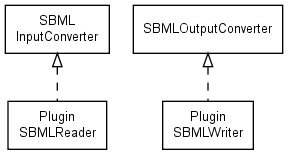
The Graphviz diagram doc/img/type_hierarchy.png in ChavaVennela/jsbml, before a commit. Its source is kept beside it as doc/img/type_hierarchy.dot.
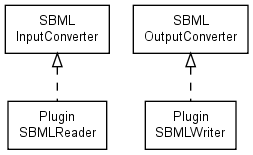
Above is the later version.

Change to the diagram source:
```diff
@@ -19,14 +19,15 @@
   /*
    * Interfaces
    */
-  SBMLInputConverter [label="SBML\nInputConverter"];
+  SBMLInputConverter  [label="SBML\nInputConverter"];
+  SBMLOutputConverter [label="SBML\nOutputConverter"];
 
   /*
    * Objects
    */
 
-  PluginSBMLReader   [label="Plugin\nSBMLReader"];
-  PluginSBMLWriter   [label="Plugin\nSBMLWriter"];
+  PluginSBMLReader    [label="Plugin\nSBMLReader"];
+  PluginSBMLWriter    [label="Plugin\nSBMLWriter"];
 
 
   /*********************
```
